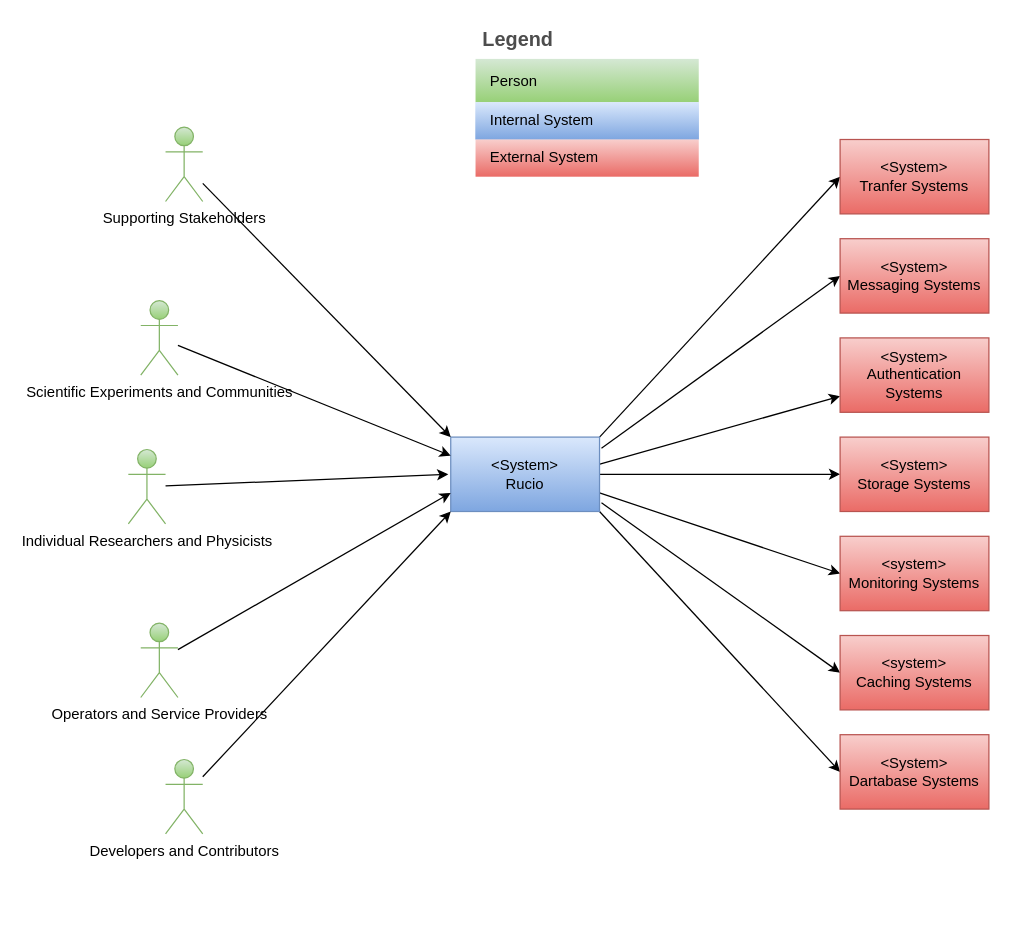
Earlier version of the draw.io diagram diagrams/Context View.drawio (mgajek-cern/rucio-architecture-docs). Source tidied: cells renumbered, new cells numbered last; positions are measured from the earlier drawing's top-left corner, leaving out a move shared by most shapes. Both pictures are drawn from the tidied source at 124%, with x=0, y=0 at pixel (128, 21).
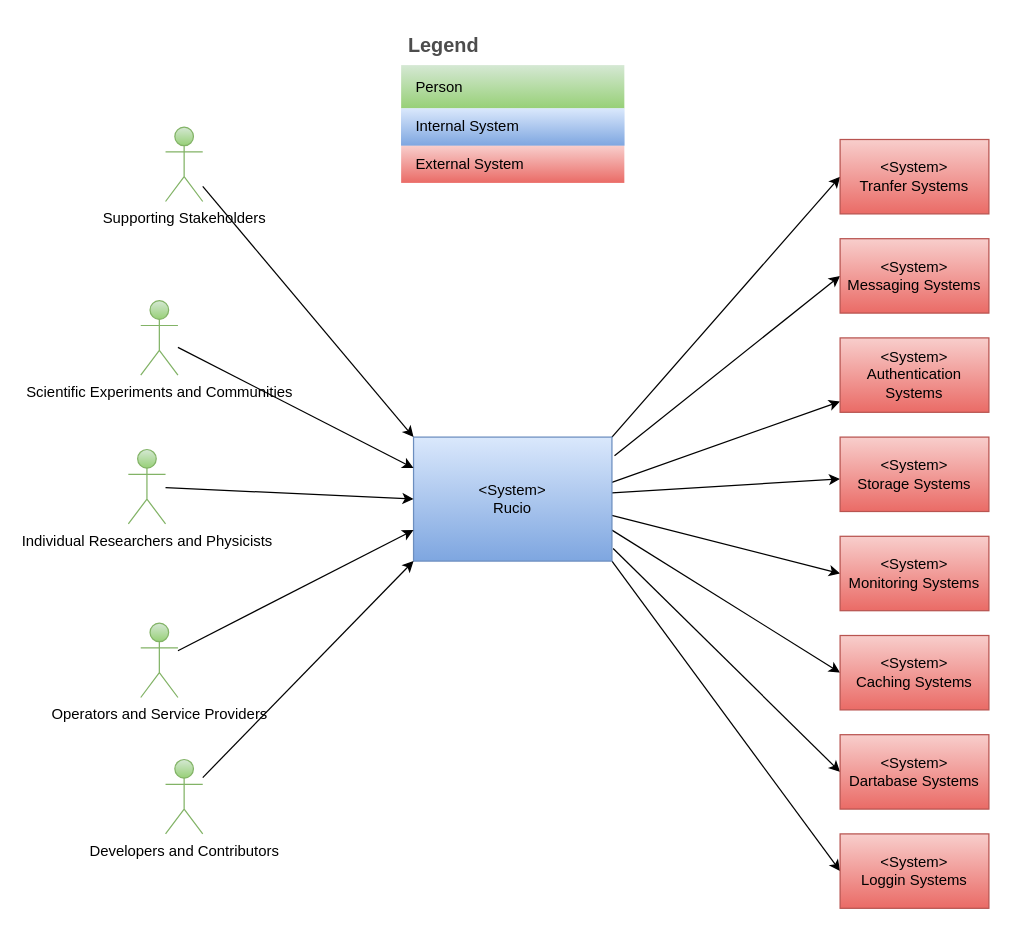
The same page after the edit.

Commit message (it also covers changes not shown here):
undo striketrough of logging system

The change refers to these unchanged cells:
```xml
<mxCell id="17" value="Individual Researchers and Physicists" style="shape=umlActor;verticalLabelPosition=bottom;verticalAlign=top;html=1;outlineConnect=0;fillColor=#d5e8d4;gradientColor=#97d077;strokeColor=#82b366;" parent="1" vertex="1">
  <mxGeometry y="345" width="30" height="60" as="geometry" />
</mxCell>
<mxCell id="32" value="&lt;span style=&quot;color: rgb(0, 0, 0);&quot;&gt;&amp;lt;System&amp;gt;&lt;/span&gt;&lt;br&gt;Dartabase Systems" style="rounded=0;whiteSpace=wrap;html=1;fillColor=#f8cecc;gradientColor=#ea6b66;strokeColor=#b85450;" parent="1" vertex="1">
  <mxGeometry x="574" y="575" width="120" height="60" as="geometry" />
</mxCell>
```

What changed in the source:
```diff
@@
-    <mxCell id="5" style="rounded=0;jettySize=auto;html=1;entryX=0;entryY=0.5;entryDx=0;entryDy=0;exitX=1;exitY=0.75;exitDx=0;exitDy=0;" parent="1" edge="1" source="9" target="12">
+    <mxCell id="5" style="rounded=0;jettySize=auto;html=1;entryX=0;entryY=0.5;entryDx=0;entryDy=0;exitX=0.999;exitY=0.631;exitDx=0;exitDy=0;exitPerimeter=0;" parent="1" edge="1" source="9" target="12">
       <mxGeometry relative="1" as="geometry" />
     </mxCell>
-    <mxCell id="6" style="rounded=0;jettySize=auto;html=1;entryX=0;entryY=0.5;entryDx=0;entryDy=0;exitX=1.013;exitY=0.883;exitDx=0;exitDy=0;exitPerimeter=0;" parent="1" edge="1" source="9" target="14">
+    <mxCell id="6" style="rounded=0;jettySize=auto;html=1;entryX=0;entryY=0.5;entryDx=0;entryDy=0;exitX=1;exitY=0.75;exitDx=0;exitDy=0;" parent="1" edge="1" source="9" target="14">
       <mxGeometry relative="1" as="geometry" />
     </mxCell>
-    <mxCell id="7" style="edgeStyle=none;html=1;entryX=0;entryY=0.5;entryDx=0;entryDy=0;exitX=1;exitY=1;exitDx=0;exitDy=0;" parent="1" edge="1" source="9" target="32">
+    <mxCell id="7" style="edgeStyle=none;html=1;entryX=0;entryY=0.5;entryDx=0;entryDy=0;exitX=1.006;exitY=0.898;exitDx=0;exitDy=0;exitPerimeter=0;" parent="1" edge="1" source="9" target="32">
       <mxGeometry relative="1" as="geometry" />
     </mxCell>
@@
+    <mxCell id="34" style="edgeStyle=none;html=1;entryX=0;entryY=0.5;entryDx=0;entryDy=0;exitX=1;exitY=1;exitDx=0;exitDy=0;" parent="1" edge="1" source="9" target="35">
+      <mxGeometry relative="1" as="geometry" />
+    </mxCell>
     <mxCell id="9" value="&amp;lt;System&amp;gt;&lt;br&gt;Rucio" style="rounded=0;whiteSpace=wrap;html=1;fillColor=#dae8fc;gradientColor=#7ea6e0;strokeColor=#6c8ebf;" parent="1" vertex="1">
-      <mxGeometry x="260" y="335" width="120" height="60" as="geometry" />
+      <mxGeometry x="230" y="335" width="160" height="100" as="geometry" />
     </mxCell>
@@
-    <mxCell id="12" value="&lt;span style=&quot;color: rgb(0, 0, 0);&quot;&gt;&amp;lt;system&amp;gt;&lt;/span&gt;&lt;br&gt;Monitoring Systems" style="rounded=0;whiteSpace=wrap;html=1;fillColor=#f8cecc;gradientColor=#ea6b66;strokeColor=#b85450;" parent="1" vertex="1">
+    <mxCell id="12" value="&lt;span style=&quot;color: rgb(0, 0, 0);&quot;&gt;&amp;lt;System&amp;gt;&lt;/span&gt;&lt;br&gt;Monitoring Systems" style="rounded=0;whiteSpace=wrap;html=1;fillColor=#f8cecc;gradientColor=#ea6b66;strokeColor=#b85450;" parent="1" vertex="1">
       <mxGeometry x="574" y="415" width="120" height="60" as="geometry" />
     </mxCell>
@@
-    <mxCell id="14" value="&lt;span style=&quot;color: rgb(0, 0, 0);&quot;&gt;&amp;lt;system&amp;gt;&lt;/span&gt;&lt;br&gt;Caching Systems" style="rounded=0;whiteSpace=wrap;html=1;fillColor=#f8cecc;gradientColor=#ea6b66;strokeColor=#b85450;" parent="1" vertex="1">
+    <mxCell id="14" value="&lt;span style=&quot;color: rgb(0, 0, 0);&quot;&gt;&amp;lt;System&amp;gt;&lt;/span&gt;&lt;br&gt;Caching Systems" style="rounded=0;whiteSpace=wrap;html=1;fillColor=#f8cecc;gradientColor=#ea6b66;strokeColor=#b85450;" parent="1" vertex="1">
       <mxGeometry x="574" y="495" width="120" height="60" as="geometry" />
     </mxCell>
@@
-    <mxCell id="24" style="rounded=0;jettySize=auto;html=1;" parent="1" edge="1" source="17">
-      <mxGeometry relative="1" as="geometry">
-        <mxPoint x="258" y="365" as="targetPoint" />
-      </mxGeometry>
+    <mxCell id="24" style="rounded=0;jettySize=auto;html=1;entryX=0;entryY=0.5;entryDx=0;entryDy=0;" parent="1" edge="1" source="17" target="9">
+      <mxGeometry relative="1" as="geometry" />
     </mxCell>
     <mxCell id="25" value="Legend" style="shape=table;startSize=30;childLayout=tableLayout;fontSize=16;align=left;verticalAlign=top;fillColor=none;strokeColor=none;fontColor=#4D4D4D;fontStyle=1;spacingLeft=6;spacing=0;" parent="1" vertex="1">
-      <mxGeometry x="280" width="180" height="125" as="geometry" />
+      <mxGeometry x="220" y="5" width="180" height="125" as="geometry" />
     </mxCell>
@@
+    <mxCell id="35" value="&lt;span style=&quot;color: rgb(0, 0, 0);&quot;&gt;&amp;lt;System&amp;gt;&lt;/span&gt;&lt;br&gt;&lt;span style=&quot;color: rgb(0, 0, 0);&quot;&gt;Loggin Systems&lt;/span&gt;" style="rounded=0;whiteSpace=wrap;html=1;fillColor=#f8cecc;gradientColor=#ea6b66;strokeColor=#b85450;" parent="1" vertex="1">
+      <mxGeometry x="574" y="655" width="120" height="60" as="geometry" />
+    </mxCell>
```
